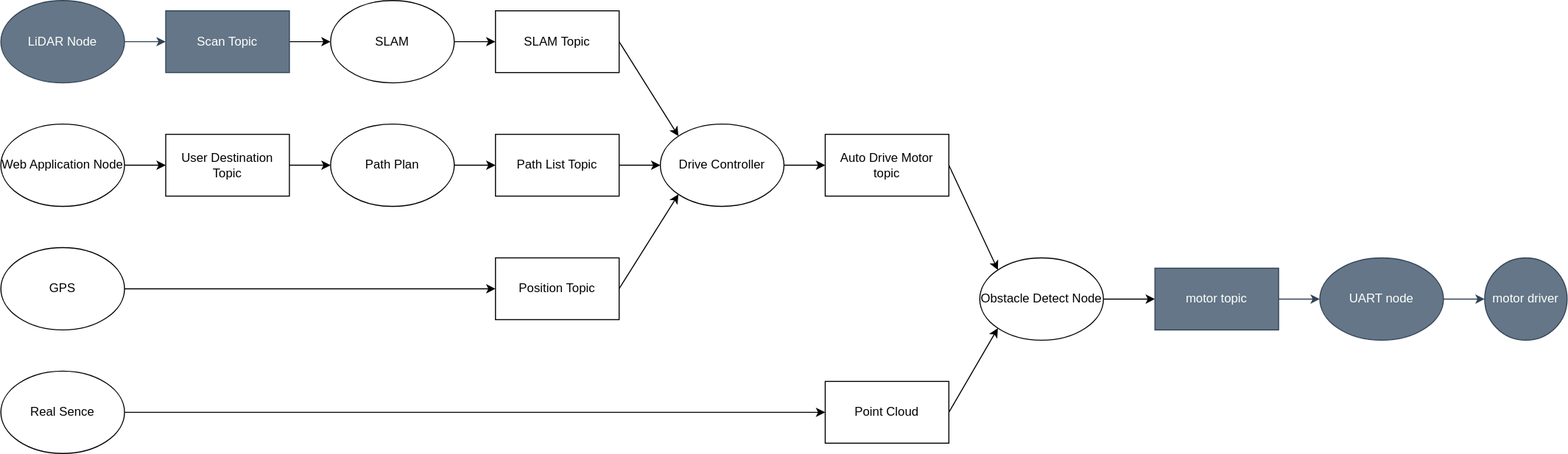
Above: 構成図.drawio.svg in iCCD-MovingBoard/Ugokuita_ws (draw.io), before the change. Source tidied: cells renumbered, new cells last; positions are measured from the earlier drawing's top-left corner, leaving out a move shared by most shapes.
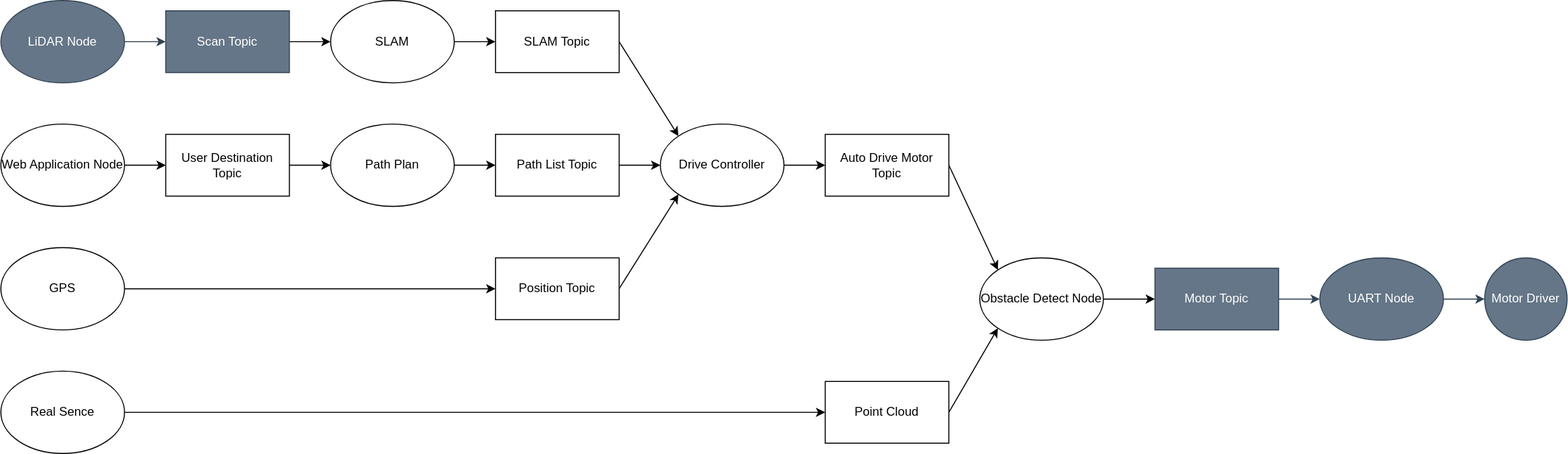
After the commit.

Commit message:
構成図の表記ゆれの修正

What changed in the source:
```diff
@@ -71,7 +71,7 @@
     <mxCell id="24" style="edgeStyle=none;html=1;exitX=1;exitY=0.5;exitDx=0;exitDy=0;entryX=0;entryY=0;entryDx=0;entryDy=0;" parent="1" edge="1" source="25" target="27">
       <mxGeometry relative="1" as="geometry" />
     </mxCell>
-    <mxCell id="25" value="Auto Drive Motor topic" style="rounded=0;whiteSpace=wrap;html=1;" parent="1" vertex="1">
+    <mxCell id="25" value="Auto Drive Motor Topic" style="rounded=0;whiteSpace=wrap;html=1;" parent="1" vertex="1">
       <mxGeometry x="800" y="130" width="120" height="60" as="geometry" />
     </mxCell>
     <mxCell id="26" style="edgeStyle=none;html=1;exitX=1;exitY=0.5;exitDx=0;exitDy=0;entryX=0;entryY=0.5;entryDx=0;entryDy=0;" parent="1" edge="1" source="27" target="33">
@@ -95,16 +95,16 @@
     <mxCell id="32" style="edgeStyle=none;html=1;exitX=1;exitY=0.5;exitDx=0;exitDy=0;entryX=0;entryY=0.5;entryDx=0;entryDy=0;fillColor=#647687;strokeColor=#314354;" parent="1" edge="1" source="33" target="35">
       <mxGeometry relative="1" as="geometry" />
     </mxCell>
-    <mxCell id="33" value="motor topic" style="rounded=0;whiteSpace=wrap;html=1;fillColor=#647687;fontColor=#ffffff;strokeColor=#314354;" parent="1" vertex="1">
+    <mxCell id="33" value="Motor Topic" style="rounded=0;whiteSpace=wrap;html=1;fillColor=#647687;fontColor=#ffffff;strokeColor=#314354;" parent="1" vertex="1">
       <mxGeometry x="1120" y="260" width="120" height="60" as="geometry" />
     </mxCell>
     <mxCell id="34" style="edgeStyle=none;html=1;exitX=1;exitY=0.5;exitDx=0;exitDy=0;entryX=0;entryY=0.5;entryDx=0;entryDy=0;fillColor=#647687;strokeColor=#314354;" parent="1" edge="1" source="35" target="36">
       <mxGeometry relative="1" as="geometry" />
     </mxCell>
-    <mxCell id="35" value="UART node" style="ellipse;whiteSpace=wrap;html=1;fillColor=#647687;fontColor=#ffffff;strokeColor=#314354;" parent="1" vertex="1">
+    <mxCell id="35" value="UART Node" style="ellipse;whiteSpace=wrap;html=1;fillColor=#647687;fontColor=#ffffff;strokeColor=#314354;" parent="1" vertex="1">
       <mxGeometry x="1280" y="250" width="120" height="80" as="geometry" />
     </mxCell>
-    <mxCell id="36" value="motor driver" style="ellipse;whiteSpace=wrap;html=1;fillColor=#647687;fontColor=#ffffff;strokeColor=#314354;" parent="1" vertex="1">
+    <mxCell id="36" value="Motor Driver" style="ellipse;whiteSpace=wrap;html=1;fillColor=#647687;fontColor=#ffffff;strokeColor=#314354;" parent="1" vertex="1">
       <mxGeometry x="1440" y="250" width="80" height="80" as="geometry" />
     </mxCell>
   </root>
```
